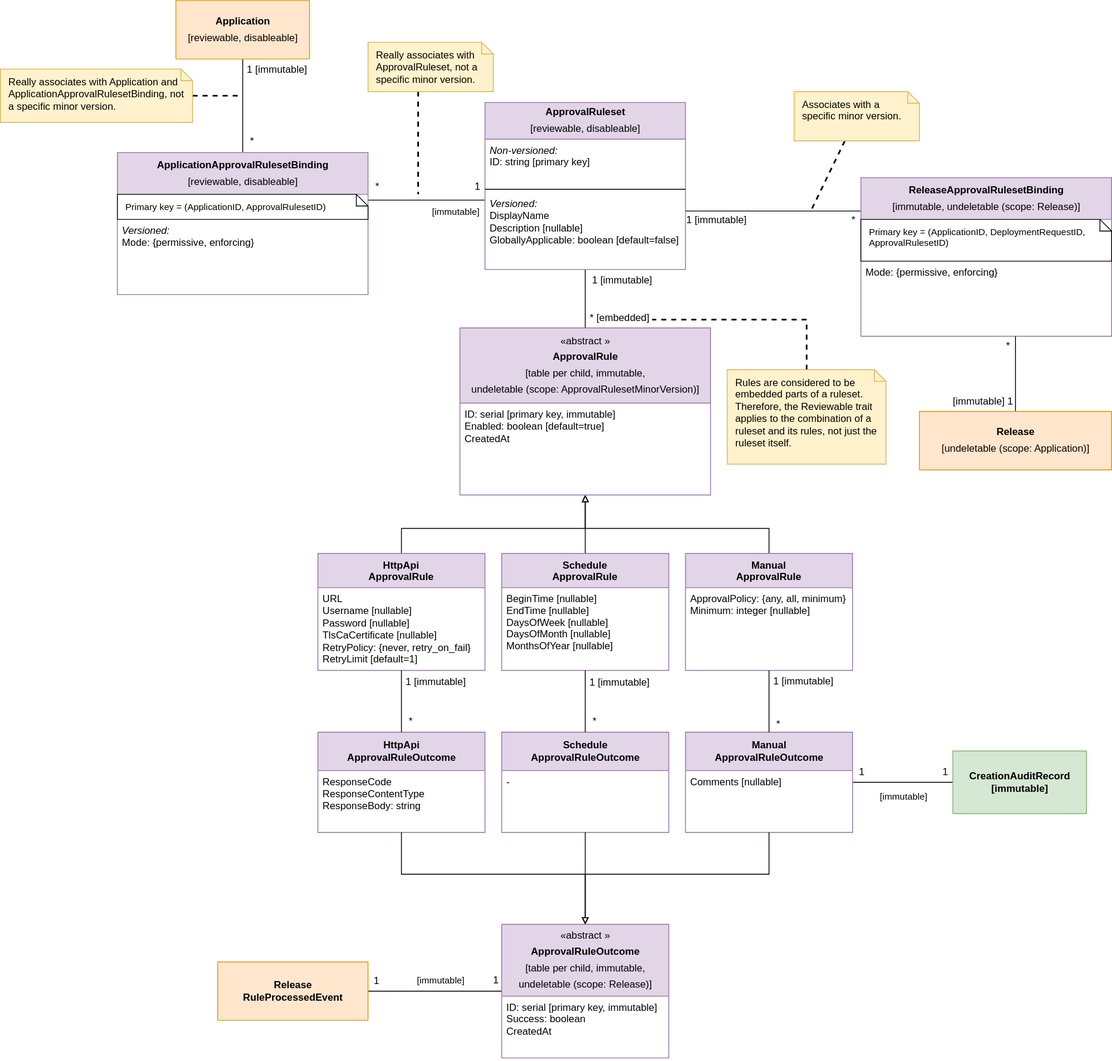
Earlier version of the draw.io export devdocs/approval-rulesets-and-related.drawio.svg (fullstaq-labs/sqedule). Source tidied: cells renumbered, new cells last; positions are measured from the earlier drawing's top-left corner, leaving out a move shared by most shapes.
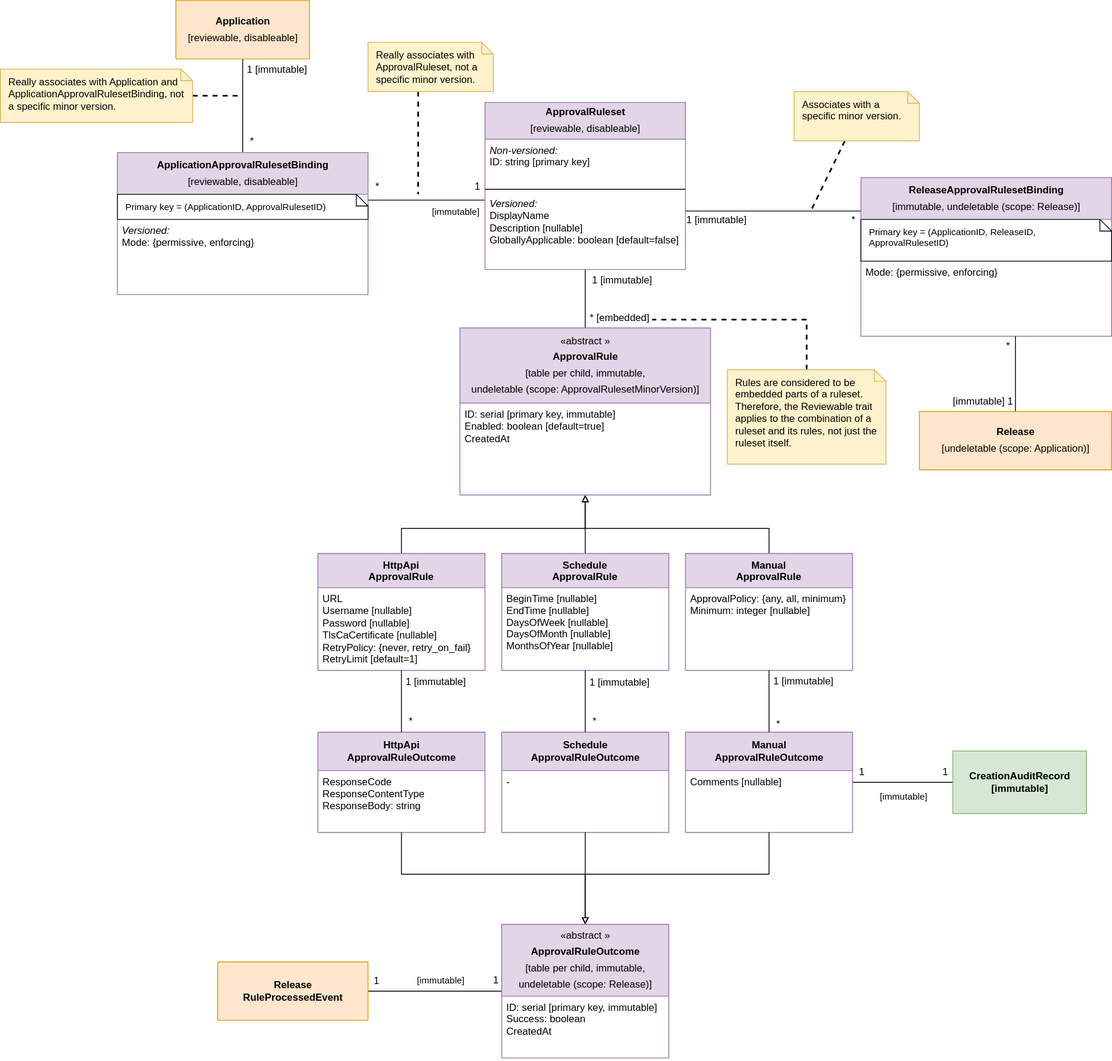
The same file after the commit.

Commit message:
Fix terminology: deployment request -> release

Change to the diagram source:
```diff
@@ -294,7 +294,7 @@
     <mxCell id="70" value="&lt;p style=&quot;line-height: 160%&quot;&gt;ReleaseApprovalRulesetBinding&lt;br&gt;&lt;span style=&quot;font-weight: normal&quot;&gt;[immutable, undeletable (scope: Release)]&lt;/span&gt;&lt;/p&gt;" style="swimlane;fontStyle=1;horizontal=1;startSize=50;fillColor=#e1d5e7;strokeColor=#9673a6;swimlaneFillColor=#ffffff;html=1;rounded=0;" parent="1" vertex="1">
       <mxGeometry x="1030" y="212" width="300" height="190" as="geometry" />
     </mxCell>
-    <mxCell id="71" value="Primary key = (ApplicationID, DeploymentRequestID, ApprovalRulesetID)" style="shape=note;whiteSpace=wrap;html=1;size=14;verticalAlign=top;align=left;spacingTop=-6;fontSize=11;spacing=10;rotation=0;shadow=0;sketch=0;" parent="70" vertex="1">
+    <mxCell id="71" value="Primary key = (ApplicationID, ReleaseID, ApprovalRulesetID)" style="shape=note;whiteSpace=wrap;html=1;size=14;verticalAlign=top;align=left;spacingTop=-6;fontSize=11;spacing=10;rotation=0;shadow=0;sketch=0;" parent="70" vertex="1">
       <mxGeometry y="50" width="300" height="50" as="geometry" />
     </mxCell>
     <mxCell id="72" value="Mode: {permissive, enforcing}" style="text;strokeColor=none;fillColor=none;align=left;verticalAlign=top;spacingLeft=4;spacingRight=4;overflow=hidden;html=1;" parent="70" vertex="1">
```
